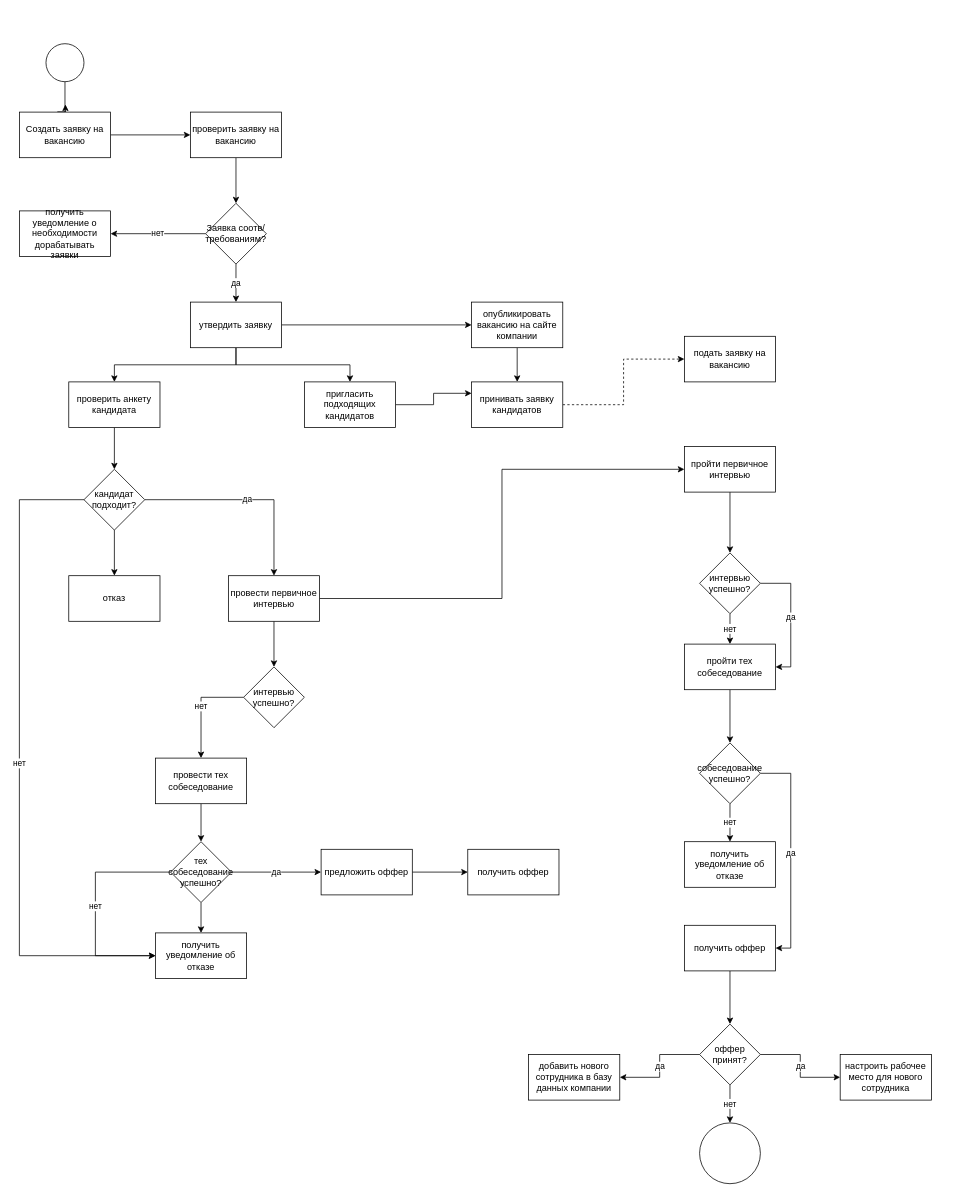
The draw.io diagram дз12.drawio in nsengirbayev1-hub/-uml-diagrams, before the edit. Source tidied: cells renumbered, new cells numbered last; positions are measured from the earlier drawing's top-left corner, leaving out a move shared by most shapes. Both pictures are drawn from the tidied source at 76%, with x=0, y=0 at pixel (19, 43).
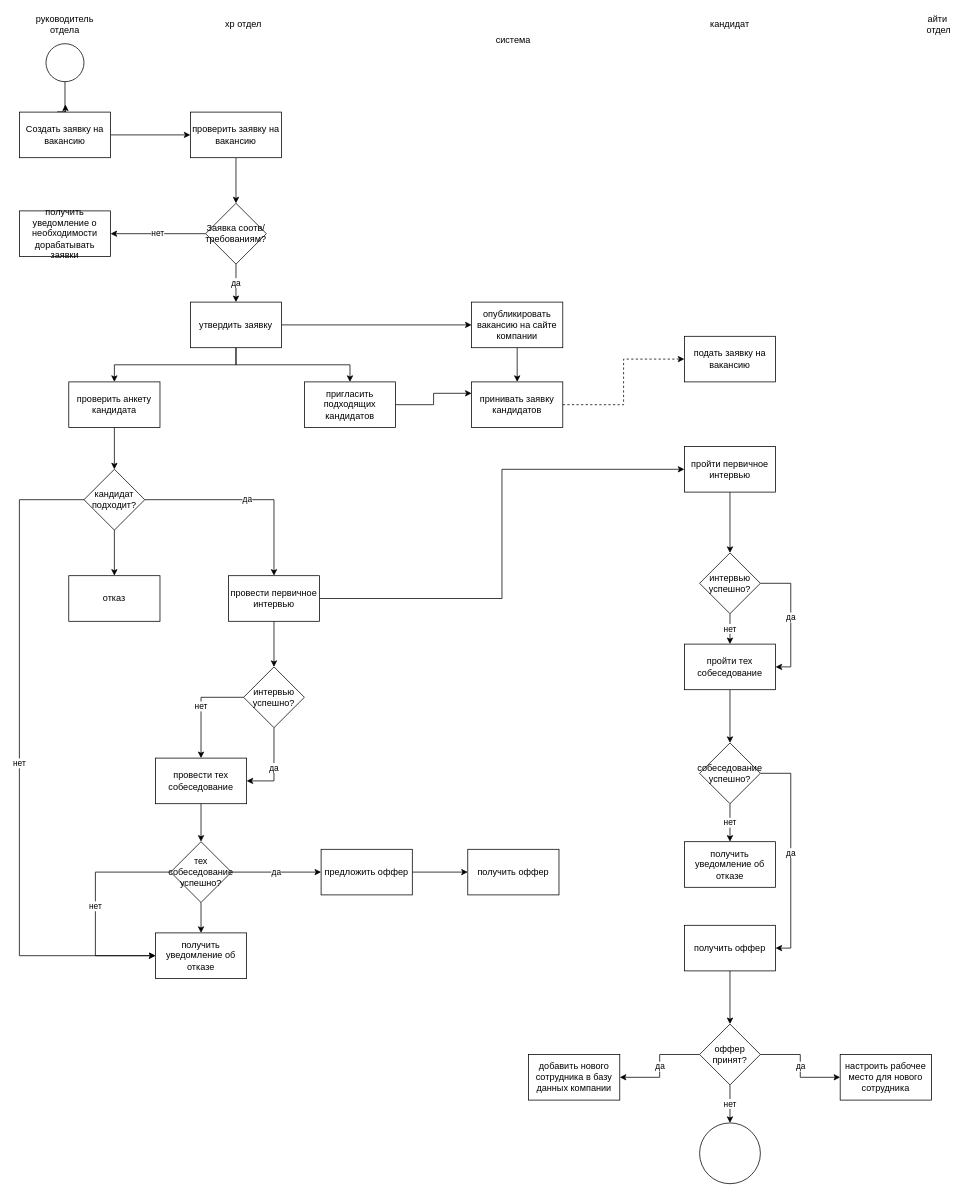
Above is the later version.

The change refers to these unchanged cells:
```xml
<mxCell id="29" value="интервью успешно?" style="rhombus;whiteSpace=wrap;html=1;" parent="1" vertex="1">
  <mxGeometry x="295" y="820" width="80" height="80" as="geometry" />
</mxCell>
<mxCell id="31" value="провести тех собеседование" style="rounded=0;whiteSpace=wrap;html=1;" parent="1" vertex="1">
  <mxGeometry x="179" y="940" width="120" height="60" as="geometry" />
</mxCell>
```

What changed in the source:
```diff
@@
+    <mxCell id="65" value="да" style="edgeStyle=orthogonalEdgeStyle;rounded=0;jettySize=auto;html=1;exitX=0.5;exitY=1;exitDx=0;exitDy=0;entryX=1;entryY=0.5;entryDx=0;entryDy=0;" parent="1" edge="1" source="29" target="31">
+      <mxGeometry relative="1" as="geometry" />
+    </mxCell>
@@
+    <mxCell id="66" value="руководитель отдела" style="text;html=1;whiteSpace=wrap;strokeColor=none;fillColor=none;align=center;verticalAlign=middle;rounded=0;" parent="1" vertex="1">
+      <mxGeometry x="30" y="-40" width="60" height="30" as="geometry" />
+    </mxCell>
+    <mxCell id="67" value="хр отдел" style="text;html=1;whiteSpace=wrap;strokeColor=none;fillColor=none;align=center;verticalAlign=middle;rounded=0;" parent="1" vertex="1">
+      <mxGeometry x="265" y="-40" width="60" height="30" as="geometry" />
+    </mxCell>
+    <mxCell id="68" value="система" style="text;html=1;whiteSpace=wrap;strokeColor=none;fillColor=none;align=center;verticalAlign=middle;rounded=0;" parent="1" vertex="1">
+      <mxGeometry x="620" y="-20" width="60" height="30" as="geometry" />
+    </mxCell>
+    <mxCell id="69" value="кандидат" style="text;html=1;whiteSpace=wrap;strokeColor=none;fillColor=none;align=center;verticalAlign=middle;rounded=0;" parent="1" vertex="1">
+      <mxGeometry x="905" y="-40" width="60" height="30" as="geometry" />
+    </mxCell>
+    <mxCell id="70" value="айти&amp;nbsp; отдел" style="text;html=1;whiteSpace=wrap;strokeColor=none;fillColor=none;align=center;verticalAlign=middle;rounded=0;" parent="1" vertex="1">
+      <mxGeometry x="1180" y="-40" width="60" height="30" as="geometry" />
+    </mxCell>
```
